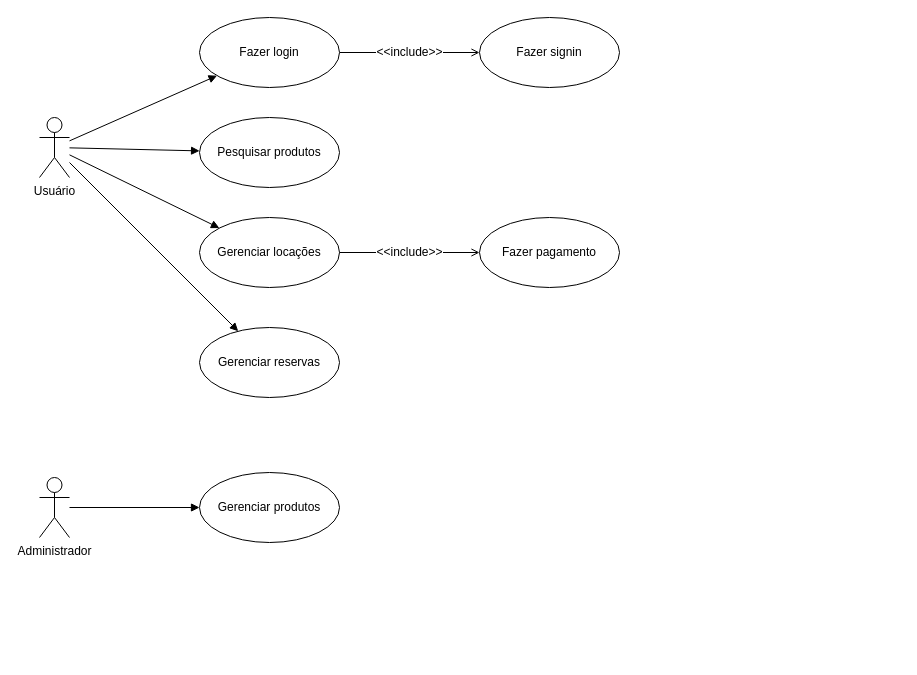
Before: docs/diagrams/00-diagramas.drawio in ICEI-PUC-Minas-PMV-ADS/gestao-locacoes, a draw.io diagram. Source tidied: cells renumbered, new cells numbered last; positions are measured from the earlier drawing's top-left corner, leaving out a move shared by most shapes. Both pictures are drawn from the tidied source at 100%, with x=0, y=0 at pixel (39, 17).
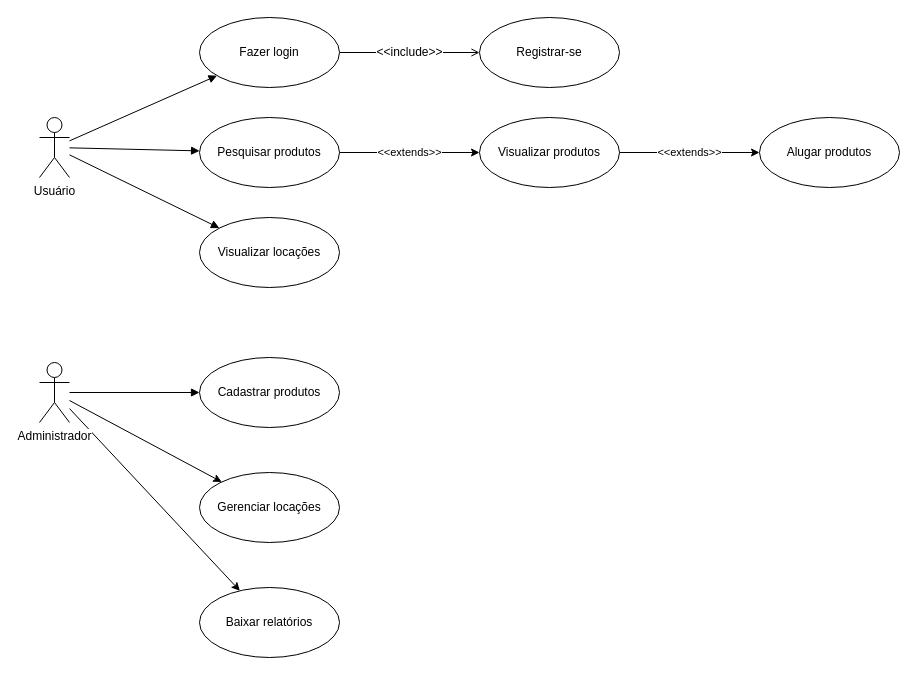
The same page after the edit.

Commit message:
atualizar casos de uso

Unchanged cells that the change refers to:
```xml
<mxCell id="6" value="Usuário" style="shape=umlActor;verticalLabelPosition=bottom;verticalAlign=top;html=1;outlineConnect=0;labelBackgroundColor=default;" parent="1" vertex="1">
  <mxGeometry y="100" width="30" height="60" as="geometry" />
</mxCell>
<mxCell id="11" value="Pesquisar produtos" style="ellipse;whiteSpace=wrap;html=1;" parent="1" vertex="1">
  <mxGeometry x="160" y="100" width="140" height="70" as="geometry" />
</mxCell>
```

The edit, as a diff of the source:
```diff
@@
-    <mxCell id="5" style="edgeStyle=none;shape=connector;rounded=0;jettySize=auto;html=1;labelBackgroundColor=default;strokeColor=default;fontFamily=Helvetica;fontSize=12;fontColor=default;endArrow=block;endFill=1;" parent="1" edge="1" source="6" target="13">
-      <mxGeometry relative="1" as="geometry" />
-    </mxCell>
@@
+    <mxCell id="18" style="edgeStyle=none;shape=connector;rounded=0;jettySize=auto;html=1;labelBackgroundColor=default;strokeColor=default;align=center;verticalAlign=middle;fontFamily=Helvetica;fontSize=11;fontColor=default;endArrow=classic;" parent="1" edge="1" source="8" target="24">
+      <mxGeometry relative="1" as="geometry" />
+    </mxCell>
+    <mxCell id="19" style="edgeStyle=none;shape=connector;rounded=0;jettySize=auto;html=1;labelBackgroundColor=default;strokeColor=default;align=center;verticalAlign=middle;fontFamily=Helvetica;fontSize=11;fontColor=default;endArrow=classic;" parent="1" edge="1" source="8" target="25">
+      <mxGeometry relative="1" as="geometry" />
+    </mxCell>
     <mxCell id="8" value="Administrador" style="shape=umlActor;verticalLabelPosition=bottom;verticalAlign=top;html=1;outlineConnect=0;labelBackgroundColor=#FFFFFF;" parent="1" vertex="1">
-      <mxGeometry y="460" width="30" height="60" as="geometry" />
+      <mxGeometry y="345" width="30" height="60" as="geometry" />
     </mxCell>
@@
+    <mxCell id="20" value="&amp;lt;&amp;lt;extends&amp;gt;&amp;gt;" style="rounded=0;jettySize=auto;html=1;" parent="1" edge="1" source="11" target="23">
+      <mxGeometry relative="1" as="geometry" />
+    </mxCell>
@@
-    <mxCell id="12" value="Gerenciar locações" style="ellipse;whiteSpace=wrap;html=1;" parent="1" vertex="1">
+    <mxCell id="12" value="Visualizar locações" style="ellipse;whiteSpace=wrap;html=1;" parent="1" vertex="1">
       <mxGeometry x="160" y="200" width="140" height="70" as="geometry" />
     </mxCell>
-    <mxCell id="13" value="Gerenciar reservas" style="ellipse;whiteSpace=wrap;html=1;" parent="1" vertex="1">
-      <mxGeometry x="160" y="310" width="140" height="70" as="geometry" />
-    </mxCell>
-    <mxCell id="14" value="Gerenciar produtos" style="ellipse;whiteSpace=wrap;html=1;" parent="1" vertex="1">
-      <mxGeometry x="160" y="455" width="140" height="70" as="geometry" />
+    <mxCell id="14" value="Cadastrar produtos" style="ellipse;whiteSpace=wrap;html=1;" parent="1" vertex="1">
+      <mxGeometry x="160" y="340" width="140" height="70" as="geometry" />
     </mxCell>
-    <mxCell id="15" value="Fazer signin" style="ellipse;whiteSpace=wrap;html=1;" parent="1" vertex="1">
+    <mxCell id="15" value="Registrar-se" style="ellipse;whiteSpace=wrap;html=1;" parent="1" vertex="1">
       <mxGeometry x="440" width="140" height="70" as="geometry" />
     </mxCell>
-    <mxCell id="16" value="Fazer pagamento" style="ellipse;whiteSpace=wrap;html=1;" parent="1" vertex="1">
-      <mxGeometry x="440" y="200" width="140" height="70" as="geometry" />
-    </mxCell>
-    <mxCell id="17" value="&amp;lt;&amp;lt;include&amp;gt;&amp;gt;" style="edgeStyle=none;shape=connector;rounded=0;jettySize=auto;html=1;labelBackgroundColor=default;strokeColor=default;fontFamily=Helvetica;fontSize=12;fontColor=default;endArrow=open;endFill=0;" parent="1" edge="1" source="12" target="16">
-      <mxGeometry relative="1" as="geometry" />
-    </mxCell>
+    <mxCell id="21" value="Alugar produtos" style="ellipse;whiteSpace=wrap;html=1;" parent="1" vertex="1">
+      <mxGeometry x="720" y="100" width="140" height="70" as="geometry" />
+    </mxCell>
+    <mxCell id="22" value="&lt;span style=&quot;color: rgb(0, 0, 0); font-family: Helvetica; font-size: 11px; font-style: normal; font-variant-ligatures: normal; font-variant-caps: normal; font-weight: 400; letter-spacing: normal; orphans: 2; text-align: center; text-indent: 0px; text-transform: none; widows: 2; word-spacing: 0px; -webkit-text-stroke-width: 0px; background-color: rgb(255, 255, 255); text-decoration-thickness: initial; text-decoration-style: initial; text-decoration-color: initial; float: none; display: inline !important;&quot;&gt;&amp;lt;&amp;lt;extends&amp;gt;&amp;gt;&lt;/span&gt;" style="edgeStyle=none;shape=connector;rounded=0;jettySize=auto;html=1;labelBackgroundColor=default;strokeColor=default;align=center;verticalAlign=middle;fontFamily=Helvetica;fontSize=11;fontColor=default;endArrow=classic;" parent="1" edge="1" source="23" target="21">
+      <mxGeometry relative="1" as="geometry" />
+    </mxCell>
+    <mxCell id="23" value="Visualizar produtos" style="ellipse;whiteSpace=wrap;html=1;" parent="1" vertex="1">
+      <mxGeometry x="440" y="100" width="140" height="70" as="geometry" />
+    </mxCell>
+    <mxCell id="24" value="Gerenciar locações" style="ellipse;whiteSpace=wrap;html=1;" parent="1" vertex="1">
+      <mxGeometry x="160" y="455" width="140" height="70" as="geometry" />
+    </mxCell>
+    <mxCell id="25" value="Baixar relatórios" style="ellipse;whiteSpace=wrap;html=1;" parent="1" vertex="1">
+      <mxGeometry x="160" y="570" width="140" height="70" as="geometry" />
+    </mxCell>
```
